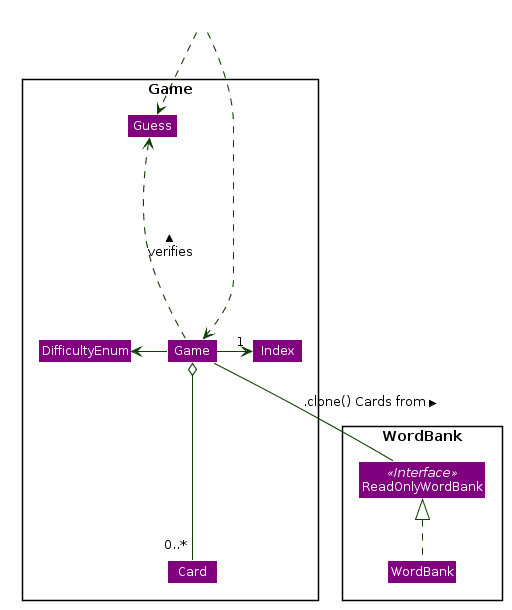
Above: docs/images/GameClassDiagram.png in nus-cs2103-AY1920S1/addressbook-level3 (PlantUML), before the change.
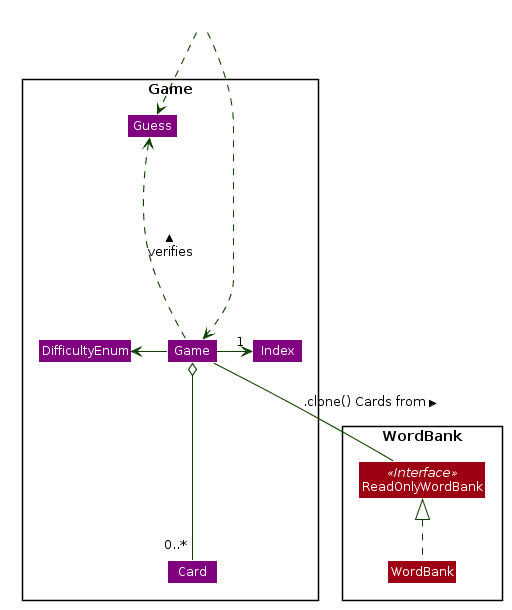
The same diagram one commit later.

Diff of the diagram source:
```diff
@@ -1,4 +1,11 @@
 @startuml
+
+
+
+
+
+
+
 
 
 
@@ -46,6 +53,7 @@
 hide circle
 
 
+
 skinparam arrowThickness 1.1
 skinparam arrowColor #0E4100
 skinparam classBackgroundColor #800080
@@ -67,8 +75,8 @@
 }
 
 package WordBank <<Rectangle>>{
-Class ReadOnlyWordBank <<Interface>>
-Class WordBank
+Class ReadOnlyWordBank <<Interface>> #9D0012
+Class WordBank #9D0012
 }
 
 
```
